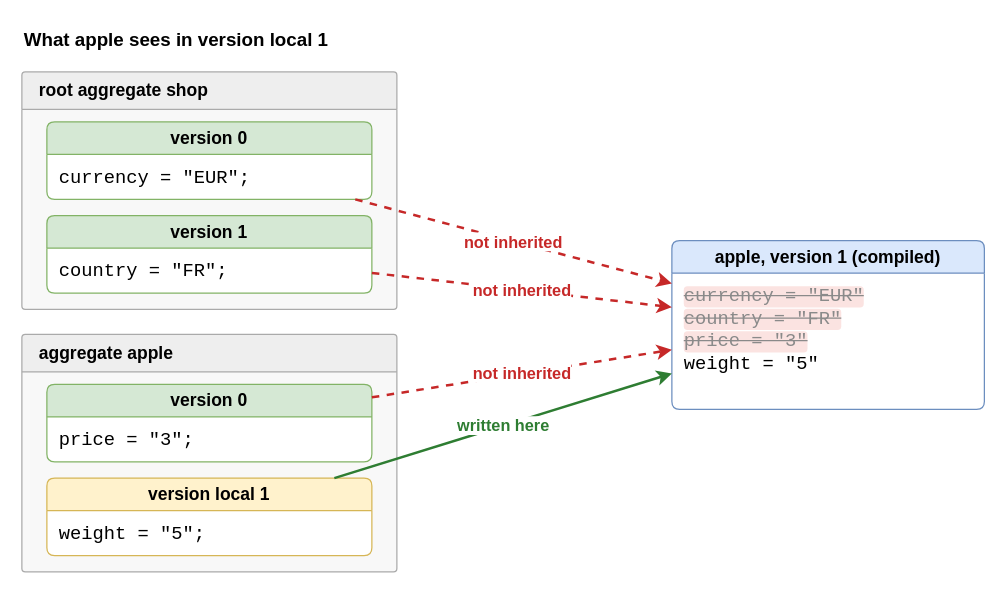
goloveshin/galimatron_doc keeps this draw.io diagram as drawio/28_mode_local.drawio. Above is the earlier version. Source tidied: cells renumbered, new cells numbered last; positions are measured from the earlier drawing's top-left corner, leaving out a move shared by most shapes. Both pictures are drawn from the tidied source at 125%, with x=0, y=0 at pixel (21, 21).
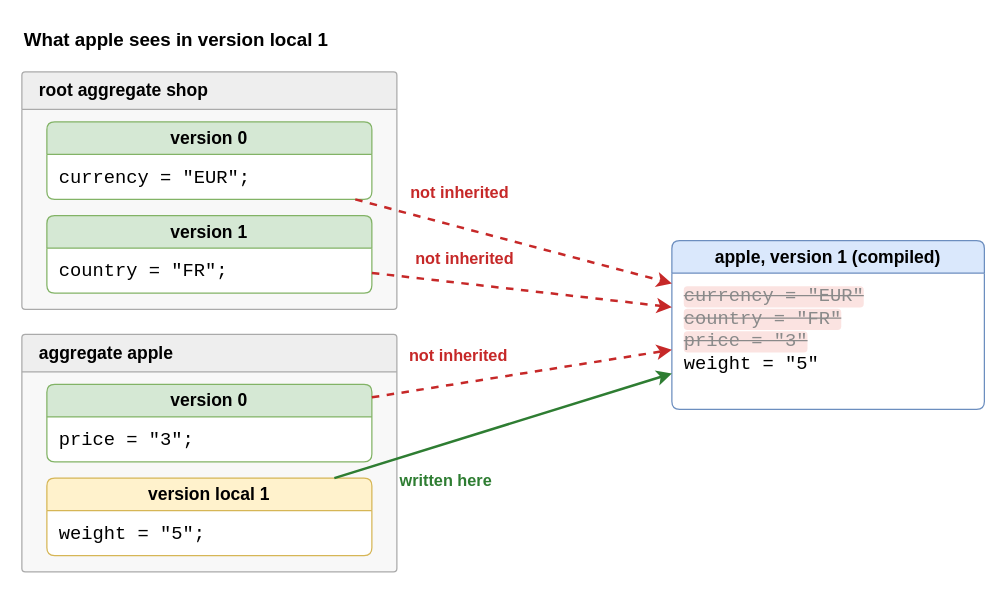
Above is the later version.

The change refers to these unchanged cells:
```xml
<mxCell id="5" value="version 0" style="swimlane;whiteSpace=wrap;html=1;rounded=1;arcSize=8;startSize=26;fillColor=#d5e8d4;strokeColor=#82b366;swimlaneFillColor=#ffffff;fontStyle=1;fontSize=14;align=center;" parent="1" vertex="1">
  <mxGeometry x="20" y="80" width="260" height="62" as="geometry" />
</mxCell>
<mxCell id="7" value="version 1" style="swimlane;whiteSpace=wrap;html=1;rounded=1;arcSize=8;startSize=26;fillColor=#d5e8d4;strokeColor=#82b366;swimlaneFillColor=#ffffff;fontStyle=1;fontSize=14;align=center;" parent="1" vertex="1">
  <mxGeometry x="20" y="155" width="260" height="62" as="geometry" />
</mxCell>
<mxCell id="9" value="version 0" style="swimlane;whiteSpace=wrap;html=1;rounded=1;arcSize=8;startSize=26;fillColor=#d5e8d4;strokeColor=#82b366;swimlaneFillColor=#ffffff;fontStyle=1;fontSize=14;align=center;" parent="1" vertex="1">
  <mxGeometry x="20" y="290" width="260" height="62" as="geometry" />
</mxCell>
<mxCell id="11" value="version local 1" style="swimlane;whiteSpace=wrap;html=1;rounded=1;arcSize=8;startSize=26;fillColor=#fff2cc;strokeColor=#d6b656;swimlaneFillColor=#ffffff;fontStyle=1;fontSize=14;align=center;" parent="1" vertex="1">
  <mxGeometry x="20" y="365" width="260" height="62" as="geometry" />
</mxCell>
<mxCell id="13" value="apple, version 1 (compiled)" style="swimlane;whiteSpace=wrap;html=1;rounded=1;arcSize=8;startSize=26;fillColor=#dae8fc;strokeColor=#6c8ebf;swimlaneFillColor=#ffffff;fontStyle=1;fontSize=14;align=center;" parent="1" vertex="1">
  <mxGeometry x="520" y="175" width="250" height="135" as="geometry" />
</mxCell>
```

Diff of the diagram source:
```diff
@@
-    <mxCell id="15" value="not inherited" style="endArrow=classic;html=1;strokeWidth=2;strokeColor=#c62828;fontColor=#c62828;fontStyle=1;fontSize=13;labelBackgroundColor=#ffffff;edgeStyle=none;dashed=1;" parent="1" edge="1" source="5" target="13">
-      <mxGeometry relative="1" as="geometry" />
+    <mxCell id="15" value="not inherited" style="endArrow=classic;html=1;strokeWidth=2;strokeColor=#c62828;fontColor=#c62828;fontStyle=1;fontSize=13;edgeStyle=none;dashed=1;" parent="1" edge="1" source="5" target="13">
+      <mxGeometry x="-0.4" relative="1" as="geometry">
+        <mxPoint x="7" y="-26" as="offset" />
+      </mxGeometry>
     </mxCell>
-    <mxCell id="16" value="not inherited" style="endArrow=classic;html=1;strokeWidth=2;strokeColor=#c62828;fontColor=#c62828;fontStyle=1;fontSize=13;labelBackgroundColor=#ffffff;edgeStyle=none;dashed=1;" parent="1" edge="1" source="7" target="13">
-      <mxGeometry relative="1" as="geometry" />
+    <mxCell id="16" value="not inherited" style="endArrow=classic;html=1;strokeWidth=2;strokeColor=#c62828;fontColor=#c62828;fontStyle=1;fontSize=13;edgeStyle=none;dashed=1;" parent="1" edge="1" source="7" target="13">
+      <mxGeometry x="-0.4" relative="1" as="geometry">
+        <mxPoint x="2" y="-20" as="offset" />
+      </mxGeometry>
     </mxCell>
-    <mxCell id="17" value="not inherited" style="endArrow=classic;html=1;strokeWidth=2;strokeColor=#c62828;fontColor=#c62828;fontStyle=1;fontSize=13;labelBackgroundColor=#ffffff;edgeStyle=none;dashed=1;" parent="1" edge="1" source="9" target="13">
-      <mxGeometry relative="1" as="geometry" />
+    <mxCell id="17" value="not inherited" style="endArrow=classic;html=1;strokeWidth=2;strokeColor=#c62828;fontColor=#c62828;fontStyle=1;fontSize=13;edgeStyle=none;dashed=1;" parent="1" edge="1" source="9" target="13">
+      <mxGeometry x="-0.4" relative="1" as="geometry">
+        <mxPoint x="-3" y="-22" as="offset" />
+      </mxGeometry>
     </mxCell>
-    <mxCell id="18" value="written here" style="endArrow=classic;html=1;strokeWidth=2;strokeColor=#2e7d32;fontColor=#2e7d32;fontStyle=1;fontSize=13;labelBackgroundColor=#ffffff;edgeStyle=none;" parent="1" edge="1" source="11" target="13">
-      <mxGeometry relative="1" as="geometry" />
+    <mxCell id="18" value="written here" style="endArrow=classic;html=1;strokeWidth=2;strokeColor=#2e7d32;fontColor=#2e7d32;fontStyle=1;fontSize=13;edgeStyle=none;" parent="1" edge="1" source="11" target="13">
+      <mxGeometry x="-0.4" relative="1" as="geometry">
+        <mxPoint x="8" y="27" as="offset" />
+      </mxGeometry>
     </mxCell>
```
